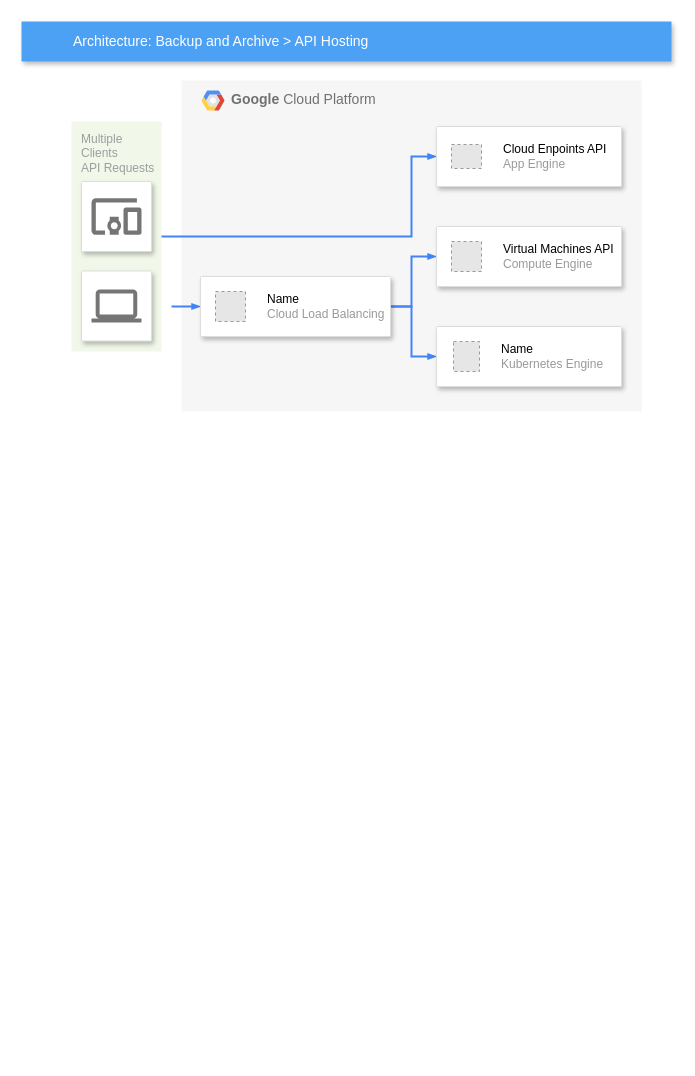
Earlier version of the draw.io diagram GCP_RA.drawio (leekunhan/AutoChair). Source tidied: cells renumbered, new cells numbered last; positions are measured from the earlier drawing's top-left corner, leaving out a move shared by most shapes. Both pictures are drawn from the tidied source at 100%, with x=0, y=0 at pixel (21, 21). Pictures stored in the file or linked from it are replaced by grey dashed boxes.
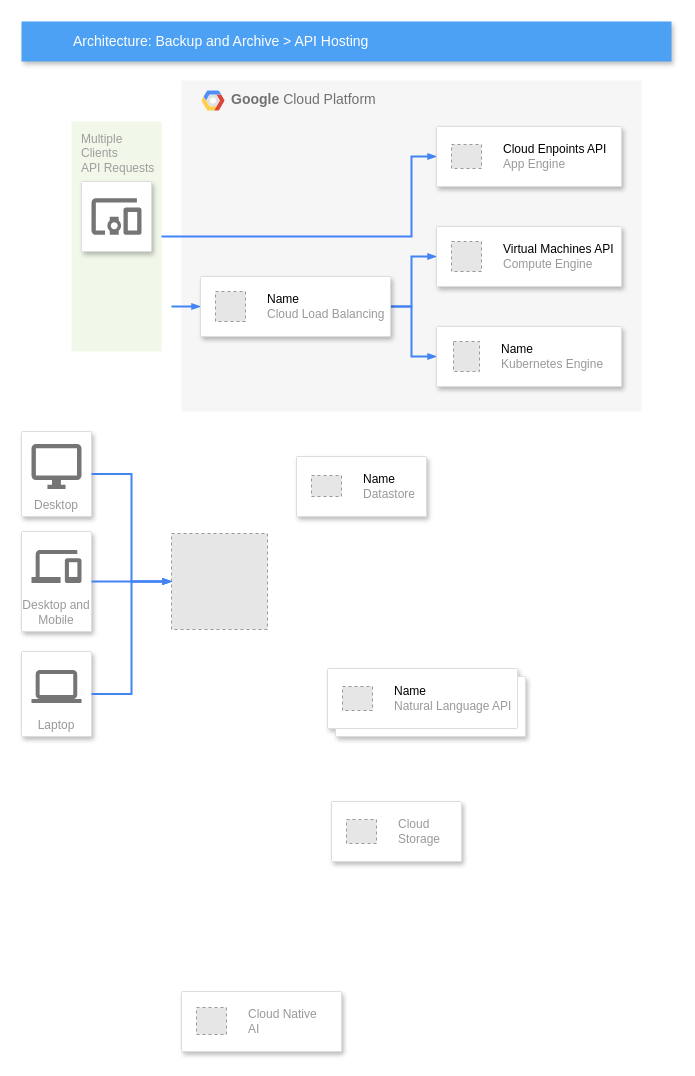
The same page after the edit.

Diff of the diagram source:
```diff
@@
-    <mxCell id="10" style="strokeColor=#dddddd;fillColor=#ffffff;shadow=1;strokeWidth=1;rounded=1;absoluteArcSize=1;arcSize=2;labelPosition=center;verticalLabelPosition=middle;align=center;verticalAlign=bottom;spacingLeft=0;fontColor=#999999;fontSize=12;whiteSpace=wrap;spacingBottom=2;html=1;" parent="1" vertex="1">
-      <mxGeometry x="60" y="249.5" width="70" height="70" as="geometry" />
-    </mxCell>
-    <mxCell id="11" style="dashed=0;html=1;fillColor=#757575;strokeColor=none;shape=mxgraph.gcp2.laptop;" parent="10" vertex="1">
-      <mxGeometry x="0.5" width="50" height="33" relative="1" as="geometry">
-        <mxPoint x="-25" y="18.5" as="offset" />
-      </mxGeometry>
-    </mxCell>
@@
+    <mxCell id="22" style="shape=mxgraph.gcp2.doubleRect;strokeColor=#dddddd;shadow=1;strokeWidth=1;rounded=1;absoluteArcSize=1;arcSize=2;" parent="1" vertex="1">
+      <mxGeometry x="306" y="647" width="198" height="68" as="geometry" />
+    </mxCell>
+    <mxCell id="23" value="&lt;font color=&quot;#000000&quot;&gt;Name&lt;/font&gt;&lt;br&gt;Natural Language API" style="fillColor=#E6E6E6;strokeColor=#999999;dashed=1;html=1;fontColor=#999999;verticalLabelPosition=middle;verticalAlign=middle;labelPosition=right;align=left;spacingLeft=20;" parent="22" vertex="1">
+      <mxGeometry width="30" height="24" relative="1" as="geometry">
+        <mxPoint x="15" y="18" as="offset" />
+      </mxGeometry>
+    </mxCell>
+    <mxCell id="24" style="strokeColor=#dddddd;shadow=1;strokeWidth=1;rounded=1;absoluteArcSize=1;arcSize=2;" parent="1" vertex="1">
+      <mxGeometry x="275" y="435" width="130" height="60" as="geometry" />
+    </mxCell>
+    <mxCell id="25" value="&lt;font color=&quot;#000000&quot;&gt;Name&lt;/font&gt;&lt;br&gt;Datastore" style="fillColor=#E6E6E6;strokeColor=#999999;dashed=1;html=1;fontColor=#999999;verticalLabelPosition=middle;verticalAlign=middle;labelPosition=right;align=left;spacingLeft=20;" parent="24" vertex="1">
+      <mxGeometry width="30" height="21" relative="1" as="geometry">
+        <mxPoint x="15" y="19" as="offset" />
+      </mxGeometry>
+    </mxCell>
+    <mxCell id="26" style="strokeColor=#dddddd;shadow=1;strokeWidth=1;rounded=1;absoluteArcSize=1;arcSize=2;" parent="1" vertex="1">
+      <mxGeometry x="310" y="780" width="130" height="60" as="geometry" />
+    </mxCell>
+    <mxCell id="27" value="Cloud&#10;Storage" style="fillColor=#E6E6E6;strokeColor=#999999;dashed=1;html=1;fontColor=#999999;verticalLabelPosition=middle;verticalAlign=middle;labelPosition=right;align=left;spacingLeft=20;" parent="26" vertex="1">
+      <mxGeometry width="30" height="24" relative="1" as="geometry">
+        <mxPoint x="15" y="18" as="offset" />
+      </mxGeometry>
+    </mxCell>
+    <mxCell id="28" style="strokeColor=#dddddd;shadow=1;strokeWidth=1;rounded=1;absoluteArcSize=1;arcSize=2;" parent="1" vertex="1">
+      <mxGeometry x="160" y="970" width="160" height="60" as="geometry" />
+    </mxCell>
+    <mxCell id="29" value="Cloud Native&lt;br&gt;AI" style="fillColor=#E6E6E6;strokeColor=#999999;dashed=1;html=1;fontColor=#999999;verticalLabelPosition=middle;verticalAlign=middle;labelPosition=right;align=left;spacingLeft=20;" parent="28" vertex="1">
+      <mxGeometry width="30" height="27" relative="1" as="geometry">
+        <mxPoint x="15" y="16" as="offset" />
+      </mxGeometry>
+    </mxCell>
+    <mxCell id="30" value="Desktop" style="strokeColor=#dddddd;shadow=1;strokeWidth=1;rounded=1;absoluteArcSize=1;arcSize=2;labelPosition=center;verticalLabelPosition=middle;align=center;verticalAlign=bottom;spacingLeft=0;fontColor=#999999;fontSize=12;whiteSpace=wrap;spacingBottom=2;html=1;" parent="1" vertex="1">
+      <mxGeometry y="410" width="70" height="85" as="geometry" />
+    </mxCell>
+    <mxCell id="31" style="sketch=0;dashed=0;html=1;fillColor=#757575;strokeColor=none;shape=mxgraph.gcp2.desktop;" parent="30" vertex="1">
+      <mxGeometry x="0.5" width="50" height="45" relative="1" as="geometry">
+        <mxPoint x="-25" y="12.5" as="offset" />
+      </mxGeometry>
+    </mxCell>
+    <mxCell id="32" value="Desktop and Mobile" style="strokeColor=#dddddd;shadow=1;strokeWidth=1;rounded=1;absoluteArcSize=1;arcSize=2;labelPosition=center;verticalLabelPosition=middle;align=center;verticalAlign=bottom;spacingLeft=0;fontColor=#999999;fontSize=12;whiteSpace=wrap;spacingBottom=2;html=1;" parent="1" vertex="1">
+      <mxGeometry y="510" width="70" height="100" as="geometry" />
+    </mxCell>
+    <mxCell id="33" style="sketch=0;dashed=0;html=1;fillColor=#757575;strokeColor=none;shape=mxgraph.gcp2.desktop_and_mobile;" parent="32" vertex="1">
+      <mxGeometry x="0.5" width="50" height="33" relative="1" as="geometry">
+        <mxPoint x="-25" y="18.5" as="offset" />
+      </mxGeometry>
+    </mxCell>
+    <mxCell id="34" value="Laptop" style="strokeColor=#dddddd;shadow=1;strokeWidth=1;rounded=1;absoluteArcSize=1;arcSize=2;labelPosition=center;verticalLabelPosition=middle;align=center;verticalAlign=bottom;spacingLeft=0;fontColor=#999999;fontSize=12;whiteSpace=wrap;spacingBottom=2;html=1;" parent="1" vertex="1">
+      <mxGeometry y="630" width="70" height="85" as="geometry" />
+    </mxCell>
+    <mxCell id="35" style="sketch=0;dashed=0;html=1;fillColor=#757575;strokeColor=none;shape=mxgraph.gcp2.laptop;" parent="34" vertex="1">
+      <mxGeometry x="0.5" width="50" height="33" relative="1" as="geometry">
+        <mxPoint x="-25" y="18.5" as="offset" />
+      </mxGeometry>
+    </mxCell>
+    <mxCell id="36" style="fillColor=#E6E6E6;strokeColor=#999999;dashed=1;verticalLabelPosition=bottom;labelBackgroundColor=default;verticalAlign=top;" parent="1" vertex="1">
+      <mxGeometry x="150" y="512" width="96" height="96" as="geometry" />
+    </mxCell>
+    <mxCell id="37" style="edgeStyle=orthogonalEdgeStyle;fontSize=12;html=1;endArrow=blockThin;endFill=1;rounded=0;strokeWidth=2;endSize=4;startSize=4;dashed=0;strokeColor=#4284F3;exitX=1;exitY=0.5;exitDx=0;exitDy=0;entryX=0;entryY=0.5;entryDx=0;entryDy=0;" parent="1" edge="1" source="30" target="36">
+      <mxGeometry relative="1" as="geometry" />
+    </mxCell>
+    <mxCell id="38" style="edgeStyle=orthogonalEdgeStyle;fontSize=12;html=1;endArrow=blockThin;endFill=1;rounded=0;strokeWidth=2;endSize=4;startSize=4;dashed=0;strokeColor=#4284F3;exitX=1;exitY=0.5;exitDx=0;exitDy=0;entryX=0;entryY=0.5;entryDx=0;entryDy=0;" parent="1" edge="1" source="32" target="36">
+      <mxGeometry relative="1" as="geometry" />
+    </mxCell>
+    <mxCell id="39" style="edgeStyle=orthogonalEdgeStyle;fontSize=12;html=1;endArrow=blockThin;endFill=1;rounded=0;strokeWidth=2;endSize=4;startSize=4;dashed=0;strokeColor=#4284F3;exitX=1;exitY=0.5;exitDx=0;exitDy=0;entryX=0;entryY=0.5;entryDx=0;entryDy=0;" parent="1" edge="1" source="34" target="36">
+      <mxGeometry relative="1" as="geometry" />
+    </mxCell>
```
